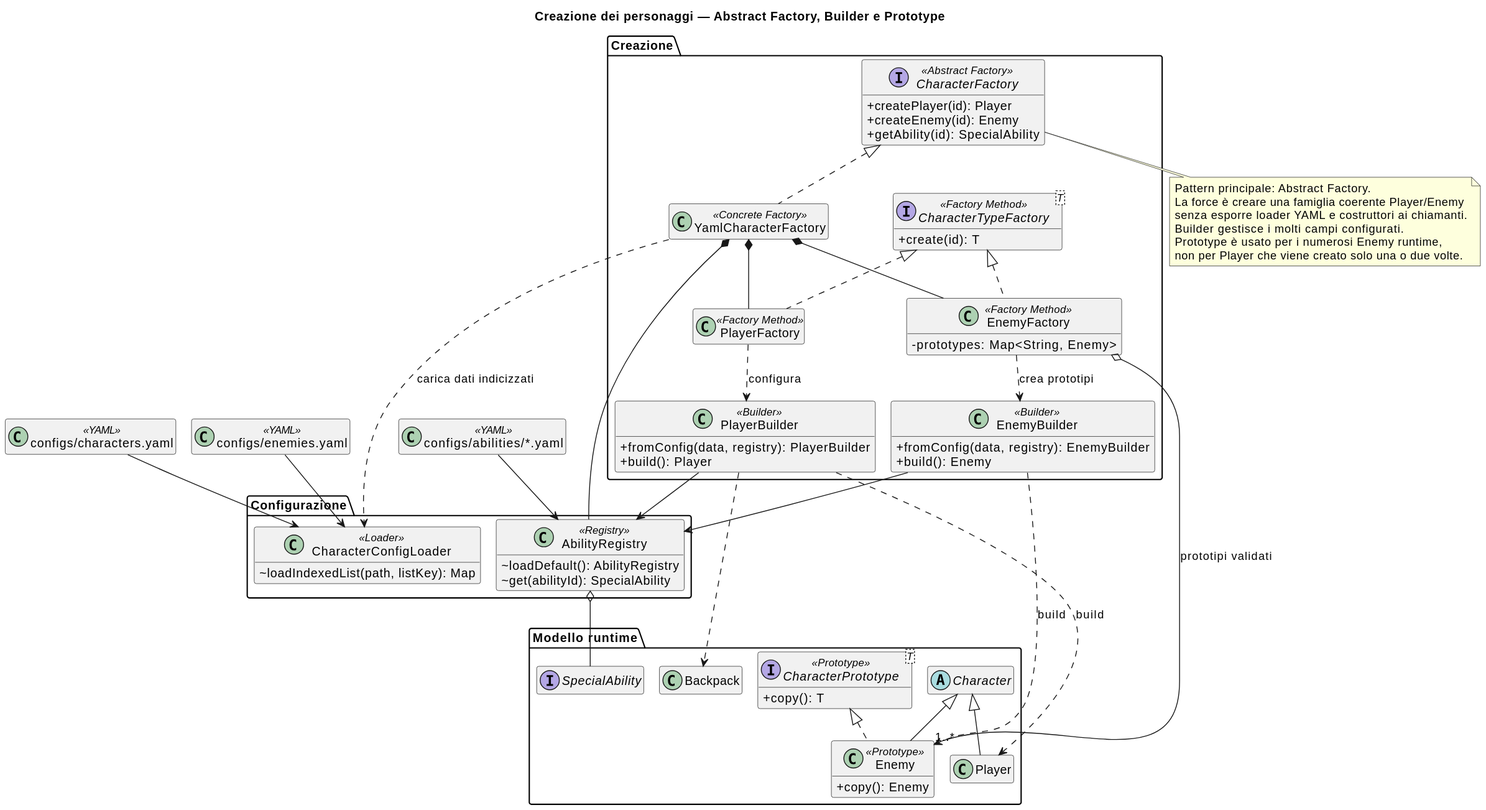
This is docs/diagrams/systems/01-character-creation.svg from pcodez99/progetto-ISS-2025-2026, a PlantUML export, as it was before one commit. Source of this version:
```plantuml
@startuml
!pragma layout smetana
title Creazione dei personaggi — Abstract Factory, Builder e Prototype

skinparam classAttributeIconSize 0
hide empty members

class "configs/characters.yaml" as CharactersYaml <<YAML>>
class "configs/enemies.yaml" as EnemiesYaml <<YAML>>
class "configs/abilities/*.yaml" as AbilitiesYaml <<YAML>>

package "Configurazione" {
  class CharacterConfigLoader <<Loader>> {
    ~ loadIndexedList(path, listKey): Map
  }
  class AbilityRegistry <<Registry>> {
    ~ loadDefault(): AbilityRegistry
    ~ get(abilityId): SpecialAbility
  }
}

package "Creazione" {
  interface CharacterFactory <<Abstract Factory>> {
    + createPlayer(id): Player
    + createEnemy(id): Enemy
    + getAbility(id): SpecialAbility
  }

  interface "CharacterTypeFactory<T>" as CharacterTypeFactory <<Factory Method>> {
    + create(id): T
  }

  class YamlCharacterFactory <<Concrete Factory>>
  class PlayerFactory <<Factory Method>>
  class EnemyFactory <<Factory Method>> {
    - prototypes: Map<String, Enemy>
  }
  class PlayerBuilder <<Builder>> {
    + fromConfig(data, registry): PlayerBuilder
    + build(): Player
  }
  class EnemyBuilder <<Builder>> {
    + fromConfig(data, registry): EnemyBuilder
    + build(): Enemy
  }
}

package "Modello runtime" {
  abstract class Character
  class Player
  class Enemy <<Prototype>> {
    + copy(): Enemy
  }
  interface "CharacterPrototype<T>" as CharacterPrototype <<Prototype>> {
    + copy(): T
  }
  interface SpecialAbility
  class Backpack
}

CharactersYaml --> CharacterConfigLoader
EnemiesYaml --> CharacterConfigLoader
AbilitiesYaml --> AbilityRegistry

CharacterFactory <|.. YamlCharacterFactory
CharacterTypeFactory <|.. PlayerFactory
CharacterTypeFactory <|.. EnemyFactory
YamlCharacterFactory *-- PlayerFactory
YamlCharacterFactory *-- EnemyFactory
YamlCharacterFactory *-- AbilityRegistry
YamlCharacterFactory ..> CharacterConfigLoader : carica dati indicizzati

PlayerFactory ..> PlayerBuilder : configura
EnemyFactory ..> EnemyBuilder : crea prototipi
PlayerBuilder ..> Player : build
PlayerBuilder ..> Backpack
PlayerBuilder --> AbilityRegistry
EnemyBuilder ..> Enemy : build
EnemyBuilder --> AbilityRegistry
AbilityRegistry o-- SpecialAbility
EnemyFactory o-- "1..*" Enemy : prototipi validati

Character <|-- Player
Character <|-- Enemy
CharacterPrototype <|.. Enemy

note bottom of CharacterFactory
Pattern principale: Abstract Factory.
La force è creare una famiglia coerente Player/Enemy
senza esporre loader YAML e costruttori ai chiamanti.
Builder gestisce i molti campi configurati.
Prototype è usato per i numerosi Enemy runtime,
non per Player che viene creato solo una o due volte.
end note
@enduml
```
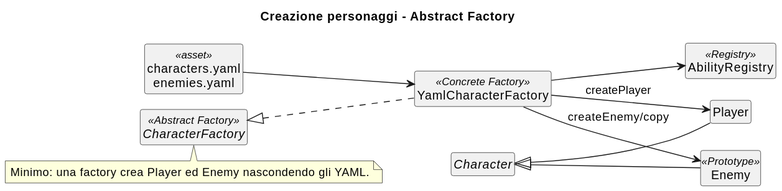
Later version of the same file.

Change to the diagram source:
```diff
@@ -1,95 +1,29 @@
 @startuml
 !pragma layout smetana
-title Creazione dei personaggi — Abstract Factory, Builder e Prototype
+title Creazione personaggi - Abstract Factory
 
+left to right direction
 skinparam classAttributeIconSize 0
 hide empty members
+hide circle
 
-class "configs/characters.yaml" as CharactersYaml <<YAML>>
-class "configs/enemies.yaml" as EnemiesYaml <<YAML>>
-class "configs/abilities/*.yaml" as AbilitiesYaml <<YAML>>
+class "characters.yaml\nenemies.yaml" as CharacterYaml <<asset>>
+interface CharacterFactory <<Abstract Factory>>
+class YamlCharacterFactory <<Concrete Factory>>
+class AbilityRegistry <<Registry>>
+abstract class Character
+class Player
+class Enemy <<Prototype>>
 
-package "Configurazione" {
-  class CharacterConfigLoader <<Loader>> {
-    ~ loadIndexedList(path, listKey): Map
-  }
-  class AbilityRegistry <<Registry>> {
-    ~ loadDefault(): AbilityRegistry
-    ~ get(abilityId): SpecialAbility
-  }
-}
-
-package "Creazione" {
-  interface CharacterFactory <<Abstract Factory>> {
-    + createPlayer(id): Player
-    + createEnemy(id): Enemy
-    + getAbility(id): SpecialAbility
-  }
-
-  interface "CharacterTypeFactory<T>" as CharacterTypeFactory <<Factory Method>> {
-    + create(id): T
-  }
-
-  class YamlCharacterFactory <<Concrete Factory>>
-  class PlayerFactory <<Factory Method>>
-  class EnemyFactory <<Factory Method>> {
-    - prototypes: Map<String, Enemy>
-  }
-  class PlayerBuilder <<Builder>> {
-    + fromConfig(data, registry): PlayerBuilder
-    + build(): Player
-  }
-  class EnemyBuilder <<Builder>> {
-    + fromConfig(data, registry): EnemyBuilder
-    + build(): Enemy
-  }
-}
-
-package "Modello runtime" {
-  abstract class Character
-  class Player
-  class Enemy <<Prototype>> {
-    + copy(): Enemy
-  }
-  interface "CharacterPrototype<T>" as CharacterPrototype <<Prototype>> {
-    + copy(): T
-  }
-  interface SpecialAbility
-  class Backpack
-}
-
-CharactersYaml --> CharacterConfigLoader
-EnemiesYaml --> CharacterConfigLoader
-AbilitiesYaml --> AbilityRegistry
-
+CharacterYaml --> YamlCharacterFactory
 CharacterFactory <|.. YamlCharacterFactory
-CharacterTypeFactory <|.. PlayerFactory
-CharacterTypeFactory <|.. EnemyFactory
-YamlCharacterFactory *-- PlayerFactory
-YamlCharacterFactory *-- EnemyFactory
-YamlCharacterFactory *-- AbilityRegistry
-YamlCharacterFactory ..> CharacterConfigLoader : carica dati indicizzati
-
-PlayerFactory ..> PlayerBuilder : configura
-EnemyFactory ..> EnemyBuilder : crea prototipi
-PlayerBuilder ..> Player : build
-PlayerBuilder ..> Backpack
-PlayerBuilder --> AbilityRegistry
-EnemyBuilder ..> Enemy : build
-EnemyBuilder --> AbilityRegistry
-AbilityRegistry o-- SpecialAbility
-EnemyFactory o-- "1..*" Enemy : prototipi validati
-
+YamlCharacterFactory --> AbilityRegistry
+YamlCharacterFactory --> Player : createPlayer
+YamlCharacterFactory --> Enemy : createEnemy/copy
 Character <|-- Player
 Character <|-- Enemy
-CharacterPrototype <|.. Enemy
 
 note bottom of CharacterFactory
-Pattern principale: Abstract Factory.
-La force è creare una famiglia coerente Player/Enemy
-senza esporre loader YAML e costruttori ai chiamanti.
-Builder gestisce i molti campi configurati.
-Prototype è usato per i numerosi Enemy runtime,
-non per Player che viene creato solo una o due volte.
+Minimo: una factory crea Player ed Enemy nascondendo gli YAML.
 end note
 @enduml
```
